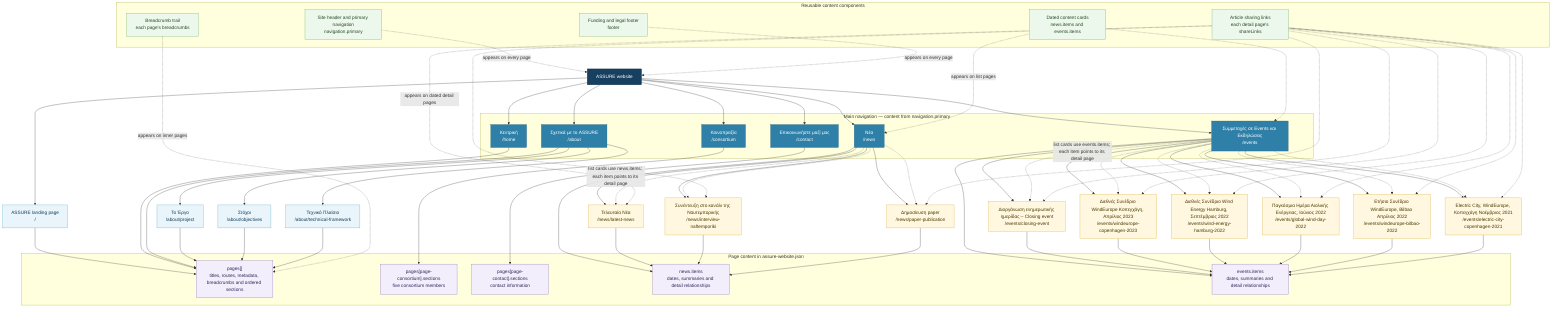
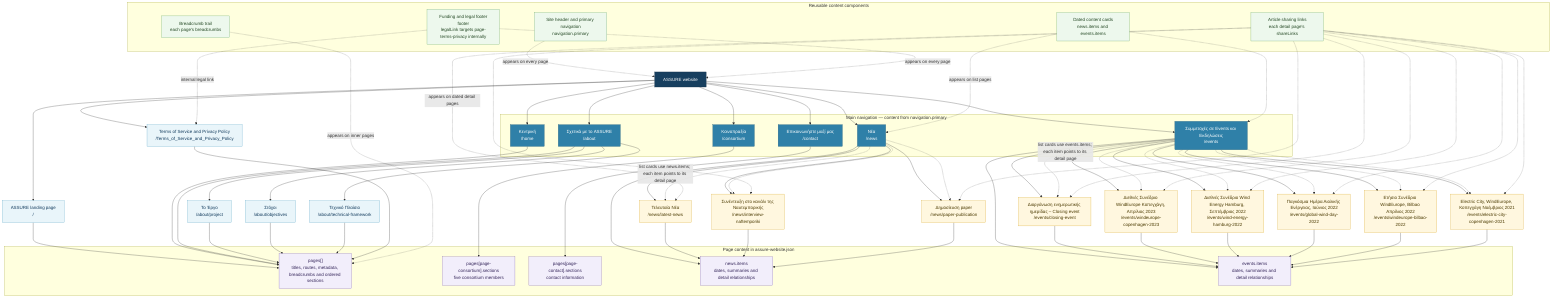
flowchart TD
    website["ASSURE website"]

    subgraph navigation["Main navigation — content from navigation.primary"]
        home["Κεντρική<br/>/home"]
        about["Σχετικά με το ASSURE<br/>/about"]
        consortium["Κοινοπραξία<br/>/consortium"]
        news["Νέα<br/>/news"]
        events["Συμμετοχές σε Events και Εκδηλώσεις<br/>/events"]
        contact["Επικοινωνήστε μαζί μας<br/>/contact"]
    end

    website --> root["ASSURE landing page<br/>/"]
    website --> home
    website --> about
    website --> consortium
    website --> news
    website --> events
    website --> contact
+     website --> termsPrivacy["Terms of Service and Privacy Policy<br/>/Terms_of_Service_and_Privacy_Policy"]

    about --> project["Το Έργο<br/>/about/project"]
    about --> objectives["Στόχοι<br/>/about/objectives"]
    about --> framework["Τεχνικό Πλαίσιο<br/>/about/technical-framework"]

    news --> latest["Τελευταία Νέα<br/>/news/latest-news"]
    news --> interview["Συνέντευξη στο κανάλι της Ναυτεμπορικής<br/>/news/interview-naftemporiki"]
    news --> paper["Δημοσίευση paper<br/>/news/paper-publication"]

    events --> closing["Διοργάνωση ενημερωτικής ημερίδας – Closing event<br/>/events/closing-event"]
    events --> copenhagen["Διεθνές Συνέδριο WindEurope Κοπεγχάγη, Απρίλιος 2023<br/>/events/windeurope-copenhagen-2023"]
    events --> hamburg["Διεθνές Συνέδριο Wind Energy Hamburg, Σεπτέμβριος 2022<br/>/events/wind-energy-hamburg-2022"]
    events --> windday["Παγκόσμια Ημέρα Αιολικής Ενέργειας, Ιούνιος 2022<br/>/events/global-wind-day-2022"]
    events --> bilbao["Ετήσιο Συνέδριο WindEurope, Bilbao Απρίλιος 2022<br/>/events/windeurope-bilbao-2022"]
    events --> electric["Electric City, WindEurope, Κοπεγχάγη Νοέμβριος 2021<br/>/events/electric-city-copenhagen-2021"]

    news -. "list cards use news.items; each item points to its detail page" .-> latest
    news -.-> interview
    news -.-> paper
    events -. "list cards use events.items; each item points to its detail page" .-> closing
    events -.-> copenhagen
    events -.-> hamburg
    events -.-> windday
    events -.-> bilbao
    events -.-> electric

    subgraph content["Page content in assure-website.json"]
        pageData["pages[]<br/>titles, routes, metadata, breadcrumbs and ordered sections"]
        consortiumData["pages[page-consortium].sections<br/>five consortium members"]
        contactData["pages[page-contact].sections<br/>contact information"]
        newsData["news.items<br/>dates, summaries and detail relationships"]
        eventData["events.items<br/>dates, summaries and detail relationships"]
    end

-     root & home & about & project & objectives & framework --> pageData
+     root & home & about & project & objectives & framework & termsPrivacy --> pageData
    consortium --> consortiumData
    contact --> contactData
    news & latest & interview & paper --> newsData
    events & closing & copenhagen & hamburg & windday & bilbao & electric --> eventData

    subgraph shared["Reusable content components"]
        header["Site header and primary navigation<br/>navigation.primary"]
        breadcrumbs["Breadcrumb trail<br/>each page's breadcrumbs"]
-         footer["Funding and legal footer<br/>footer"]
+         footer["Funding and legal footer<br/>footer<br/>legalLink targets page-terms-privacy internally"]
        cards["Dated content cards<br/>news.items and events.items"]
        sharing["Article sharing links<br/>each detail page's shareLinks"]
    end

    header -. "appears on every page" .-> website
    footer -. "appears on every page" .-> website
+     footer -. "internal legal link" .-> termsPrivacy
    breadcrumbs -. "appears on inner pages" .-> pageData
    cards -. "appears on list pages" .-> news
    cards -.-> events
    sharing -. "appears on dated detail pages" .-> latest
    sharing -.-> interview
    sharing -.-> paper
    sharing -.-> closing
    sharing -.-> copenhagen
    sharing -.-> hamburg
    sharing -.-> windday
    sharing -.-> bilbao
    sharing -.-> electric

    classDef site fill:#173f5f,color:#fff,stroke:#0b273c
    classDef area fill:#2f80a8,color:#fff,stroke:#205a77
    classDef page fill:#e9f5fa,color:#123b5d,stroke:#5aa6c7
    classDef detail fill:#fff7df,color:#4a3a00,stroke:#d9aa2b
    classDef data fill:#f2eefb,color:#35265b,stroke:#8467b4
    classDef component fill:#edf8ed,color:#244824,stroke:#64a664
    class website site
    class home,about,consortium,news,events,contact area
-     class root,project,objectives,framework page
+     class root,project,objectives,framework,termsPrivacy page
    class latest,interview,paper,closing,copenhagen,hamburg,windday,bilbao,electric detail
    class pageData,consortiumData,contactData,newsData,eventData data
    class header,breadcrumbs,footer,cards,sharing component